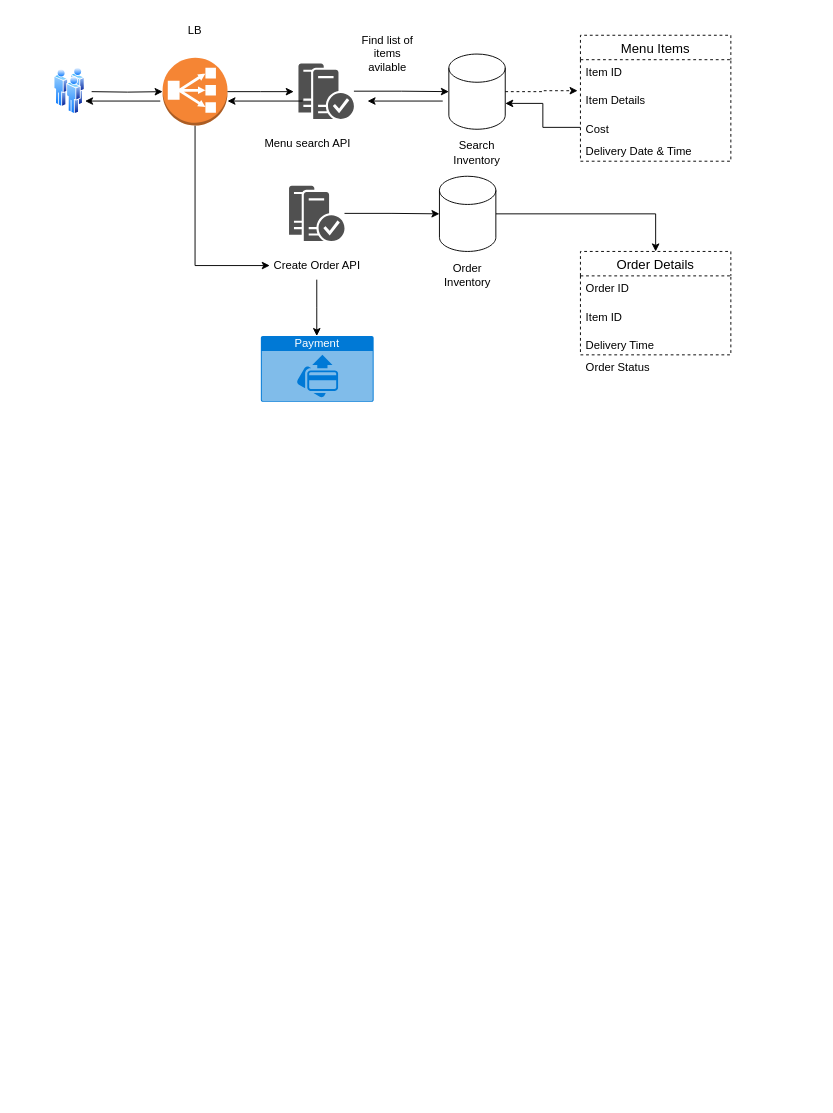
chkamal2006/FlowChart keeps this draw.io diagram as CustomerFlow.drawio. Above is the earlier version. Source tidied: cells renumbered, new cells numbered last; positions are measured from the earlier drawing's top-left corner, leaving out a move shared by most shapes. Both pictures are drawn from the tidied source at 94%, with x=0, y=0 at pixel (54, 16).
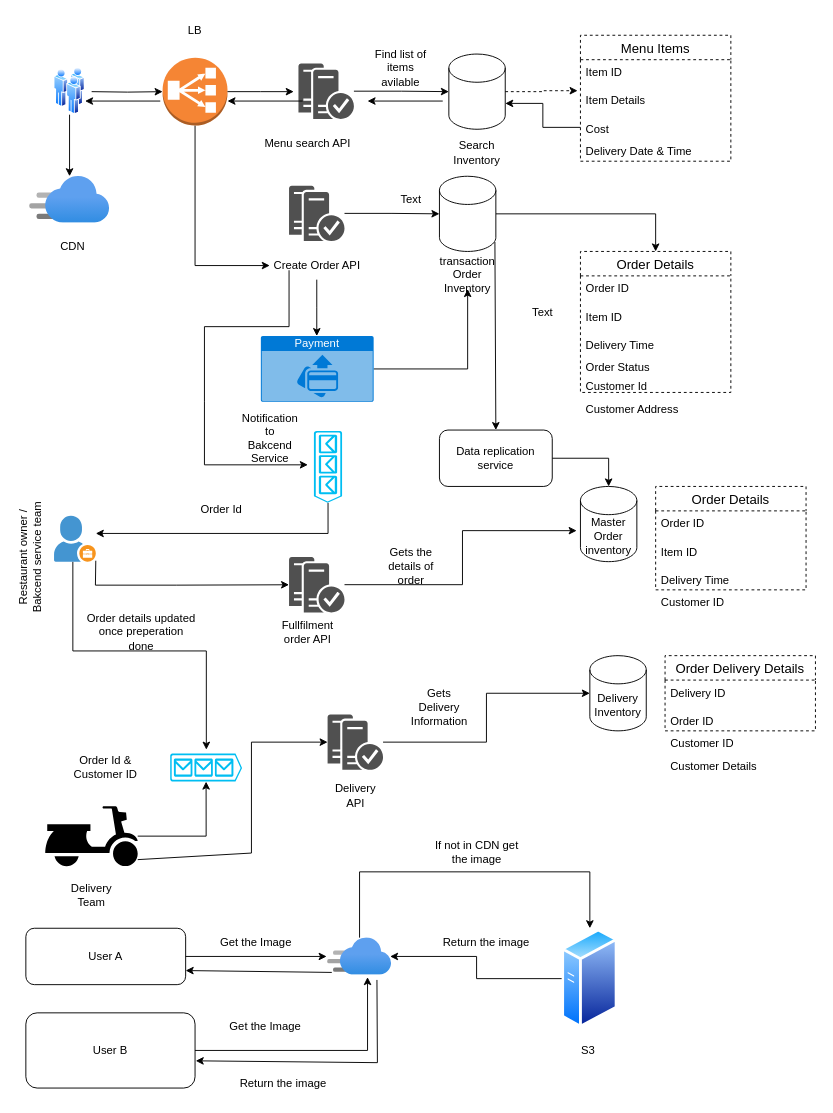
Above is the later version.

Unchanged cells that the change refers to:
```xml
<mxCell id="9" style="image;perimeter=ellipsePerimeter;html=1;align=center;shadow=0;dashed=0;spacingTop=3;image=img/lib/active_directory/users.svg;" parent="1" vertex="1">
  <mxGeometry y="54.5" width="33" height="50" as="geometry" />
</mxCell>
<mxCell id="34" value="Payment" style="html=1;whiteSpace=wrap;strokeColor=none;fillColor=#0079D6;labelPosition=center;verticalLabelPosition=middle;verticalAlign=top;align=center;fontSize=12;outlineConnect=0;spacingTop=-6;fontColor=#FFFFFF;sketch=0;shape=mxgraph.sitemap.payment;" parent="1" vertex="1">
  <mxGeometry x="220" y="340" width="120" height="70" as="geometry" />
</mxCell>
```

Diff of the diagram source:
```diff
@@
+    <mxCell id="37" style="edgeStyle=orthogonalEdgeStyle;rounded=0;jettySize=auto;html=1;startArrow=none;startFill=0;" parent="1" edge="1" source="9" target="81">
+      <mxGeometry relative="1" as="geometry" />
+    </mxCell>
@@
     <mxCell id="19" value="Find list of items avilable" style="text;html=1;strokeColor=none;fillColor=none;align=center;verticalAlign=middle;whiteSpace=wrap;rounded=0;" parent="1" vertex="1">
-      <mxGeometry x="320" y="24.5" width="70" height="30" as="geometry" />
+      <mxGeometry x="333.5" y="40" width="70" height="30" as="geometry" />
     </mxCell>
@@
-    <mxCell id="29" value="Order Inventory" style="text;html=1;strokeColor=none;fillColor=none;align=center;verticalAlign=middle;whiteSpace=wrap;rounded=0;" parent="1" vertex="1">
+    <mxCell id="29" value="transaction Order Inventory" style="text;html=1;strokeColor=none;fillColor=none;align=center;verticalAlign=middle;whiteSpace=wrap;rounded=0;" parent="1" vertex="1">
       <mxGeometry x="410" y="260" width="60" height="30" as="geometry" />
     </mxCell>
     <mxCell id="30" value="Order Details" style="swimlane;fontStyle=0;horizontal=1;startSize=26;align=center;fontSize=14;dashed=1;" parent="1" vertex="1">
-      <mxGeometry x="560" y="250" width="160" height="110" as="geometry" />
+      <mxGeometry x="560" y="250" width="160" height="150" as="geometry" />
     </mxCell>
@@
     <mxCell id="33" value="Delivery Time" style="text;strokeColor=none;fillColor=none;spacingLeft=4;spacingRight=4;overflow=hidden;fontSize=12;whiteSpace=wrap;html=1;" parent="30" vertex="1">
-      <mxGeometry y="86" width="160" height="24" as="geometry" />
+      <mxGeometry y="86" width="160" height="64" as="geometry" />
     </mxCell>
+    <mxCell id="38" style="edgeStyle=orthogonalEdgeStyle;rounded=0;jettySize=auto;html=1;entryX=0.5;entryY=1;entryDx=0;entryDy=0;" parent="1" edge="1" source="34" target="29">
+      <mxGeometry relative="1" as="geometry" />
+    </mxCell>
@@
+    <mxCell id="39" value="Master Order inventory" style="shape=cylinder3;whiteSpace=wrap;html=1;boundedLbl=1;backgroundOutline=1;size=15;" parent="1" vertex="1">
+      <mxGeometry x="560" y="500" width="60" height="80" as="geometry" />
+    </mxCell>
+    <mxCell id="40" value="Text" style="text;html=1;strokeColor=none;fillColor=none;align=center;verticalAlign=middle;whiteSpace=wrap;rounded=0;" parent="1" vertex="1">
+      <mxGeometry x="490" y="300" width="60" height="30" as="geometry" />
+    </mxCell>
+    <mxCell id="41" value="Data replication service" style="rounded=1;whiteSpace=wrap;html=1;" parent="1" vertex="1">
+      <mxGeometry x="410" y="440" width="120" height="60" as="geometry" />
+    </mxCell>
+    <mxCell id="42" style="endArrow=classic;html=1;rounded=0;entryX=0.5;entryY=0;entryDx=0;entryDy=0;" parent="1" edge="1" target="41">
+      <mxGeometry relative="1" as="geometry">
+        <mxPoint x="469" y="240" as="sourcePoint" />
+      </mxGeometry>
+    </mxCell>
+    <mxCell id="43" style="edgeStyle=orthogonalEdgeStyle;rounded=0;jettySize=auto;html=1;entryX=0.5;entryY=0;entryDx=0;entryDy=0;entryPerimeter=0;" parent="1" edge="1" source="41" target="39">
+      <mxGeometry relative="1" as="geometry" />
+    </mxCell>
+    <mxCell id="44" value="Order Details" style="swimlane;fontStyle=0;horizontal=1;startSize=26;align=center;fontSize=14;dashed=1;" parent="1" vertex="1">
+      <mxGeometry x="640" y="500" width="160" height="110" as="geometry" />
+    </mxCell>
+    <mxCell id="45" value="Order ID" style="text;strokeColor=none;fillColor=none;spacingLeft=4;spacingRight=4;overflow=hidden;fontSize=12;whiteSpace=wrap;html=1;" parent="44" vertex="1">
+      <mxGeometry y="26" width="160" height="30" as="geometry" />
+    </mxCell>
+    <mxCell id="46" value="Item ID" style="text;strokeColor=none;fillColor=none;spacingLeft=4;spacingRight=4;overflow=hidden;fontSize=12;whiteSpace=wrap;html=1;" parent="44" vertex="1">
+      <mxGeometry y="56" width="160" height="30" as="geometry" />
+    </mxCell>
+    <mxCell id="47" value="Delivery Time" style="text;strokeColor=none;fillColor=none;spacingLeft=4;spacingRight=4;overflow=hidden;fontSize=12;whiteSpace=wrap;html=1;" parent="44" vertex="1">
+      <mxGeometry y="86" width="160" height="24" as="geometry" />
+    </mxCell>
+    <mxCell id="48" value="Customer Id" style="text;strokeColor=none;fillColor=none;spacingLeft=4;spacingRight=4;overflow=hidden;fontSize=12;whiteSpace=wrap;html=1;" parent="1" vertex="1">
+      <mxGeometry x="560" y="380" width="160" height="24" as="geometry" />
+    </mxCell>
+    <mxCell id="49" value="Customer Address" style="text;strokeColor=none;fillColor=none;spacingLeft=4;spacingRight=4;overflow=hidden;fontSize=12;whiteSpace=wrap;html=1;" parent="1" vertex="1">
+      <mxGeometry x="560" y="404" width="160" height="24" as="geometry" />
+    </mxCell>
+    <mxCell id="50" value="Customer ID" style="text;strokeColor=none;fillColor=none;spacingLeft=4;spacingRight=4;overflow=hidden;fontSize=12;whiteSpace=wrap;html=1;" parent="1" vertex="1">
+      <mxGeometry x="640" y="610" width="160" height="24" as="geometry" />
+    </mxCell>
+    <mxCell id="51" style="edgeStyle=orthogonalEdgeStyle;rounded=0;jettySize=auto;html=1;" parent="1" edge="1" source="52">
+      <mxGeometry relative="1" as="geometry">
+        <mxPoint x="162" y="780" as="targetPoint" />
+        <Array as="points">
+          <mxPoint x="20" y="675" />
+        </Array>
+      </mxGeometry>
+    </mxCell>
+    <mxCell id="52" style="shadow=0;dashed=0;html=1;strokeColor=none;fillColor=#4495D1;labelPosition=center;verticalLabelPosition=bottom;verticalAlign=top;align=center;outlineConnect=0;shape=mxgraph.veeam.company_owner;" parent="1" vertex="1">
+      <mxGeometry y="531.2" width="44.4" height="48.8" as="geometry" />
+    </mxCell>
+    <mxCell id="53" style="edgeStyle=orthogonalEdgeStyle;rounded=0;jettySize=auto;html=1;" parent="1" edge="1" source="54" target="52">
+      <mxGeometry relative="1" as="geometry">
+        <Array as="points">
+          <mxPoint x="292" y="550" />
+        </Array>
+      </mxGeometry>
+    </mxCell>
+    <mxCell id="54" style="verticalLabelPosition=bottom;html=1;verticalAlign=top;align=center;strokeColor=none;fillColor=#00BEF2;shape=mxgraph.azure.queue_generic;rotation=90;" parent="1" vertex="1">
+      <mxGeometry x="253.2" y="464.2" width="76.5" height="30" as="geometry" />
+    </mxCell>
+    <mxCell id="55" style="endArrow=classic;html=1;rounded=0;" parent="1" edge="1">
+      <mxGeometry relative="1" as="geometry">
+        <mxPoint x="250" y="270" as="sourcePoint" />
+        <mxPoint x="270" y="477" as="targetPoint" />
+        <Array as="points">
+          <mxPoint x="250" y="330" />
+          <mxPoint x="160" y="330" />
+          <mxPoint x="160" y="410" />
+          <mxPoint x="160" y="477" />
+        </Array>
+      </mxGeometry>
+    </mxCell>
+    <mxCell id="56" value="Notification to Bakcend Service" style="text;html=1;strokeColor=none;fillColor=none;align=center;verticalAlign=middle;whiteSpace=wrap;rounded=0;" parent="1" vertex="1">
+      <mxGeometry x="200" y="434.2" width="60" height="30" as="geometry" />
+    </mxCell>
+    <mxCell id="57" value="Order Id&amp;nbsp;" style="text;html=1;strokeColor=none;fillColor=none;align=center;verticalAlign=middle;whiteSpace=wrap;rounded=0;" parent="1" vertex="1">
+      <mxGeometry x="150" y="510" width="60" height="30" as="geometry" />
+    </mxCell>
+    <mxCell id="58" value="Gets the details of order" style="text;html=1;strokeColor=none;fillColor=none;align=center;verticalAlign=middle;whiteSpace=wrap;rounded=0;" parent="1" vertex="1">
+      <mxGeometry x="350" y="570" width="60" height="30" as="geometry" />
+    </mxCell>
+    <mxCell id="59" style="shape=mxgraph.signs.transportation.scooter;html=1;fillColor=#000000;strokeColor=none;verticalLabelPosition=bottom;verticalAlign=top;align=center;" parent="1" vertex="1">
+      <mxGeometry x="-10" y="840" width="99" height="64" as="geometry" />
+    </mxCell>
+    <mxCell id="60" value="Delivery Inventory" style="shape=cylinder3;whiteSpace=wrap;html=1;boundedLbl=1;backgroundOutline=1;size=15;" parent="1" vertex="1">
+      <mxGeometry x="570" y="680" width="60" height="80" as="geometry" />
+    </mxCell>
+    <mxCell id="61" style="verticalLabelPosition=bottom;html=1;verticalAlign=top;align=center;strokeColor=none;fillColor=#00BEF2;shape=mxgraph.azure.queue_generic;rotation=0;" parent="1" vertex="1">
+      <mxGeometry x="123.5" y="784" width="76.5" height="30" as="geometry" />
+    </mxCell>
+    <mxCell id="62" value="Order details updated once preperation done" style="text;html=1;strokeColor=none;fillColor=none;align=center;verticalAlign=middle;whiteSpace=wrap;rounded=0;" parent="1" vertex="1">
+      <mxGeometry x="33" y="640" width="120" height="30" as="geometry" />
+    </mxCell>
+    <mxCell id="63" style="edgeStyle=orthogonalEdgeStyle;rounded=0;jettySize=auto;html=1;entryX=0.5;entryY=1;entryDx=0;entryDy=0;entryPerimeter=0;" parent="1" edge="1" source="59" target="61">
+      <mxGeometry relative="1" as="geometry" />
+    </mxCell>
+    <mxCell id="64" value="Order Id &amp;amp; Customer ID" style="text;html=1;strokeColor=none;fillColor=none;align=center;verticalAlign=middle;whiteSpace=wrap;rounded=0;" parent="1" vertex="1">
+      <mxGeometry y="784" width="110" height="30" as="geometry" />
+    </mxCell>
+    <mxCell id="65" value="Order Delivery Details" style="swimlane;fontStyle=0;horizontal=1;startSize=26;align=center;fontSize=14;dashed=1;" parent="1" vertex="1">
+      <mxGeometry x="650" y="680" width="160" height="80" as="geometry" />
+    </mxCell>
+    <mxCell id="66" value="Delivery ID" style="text;strokeColor=none;fillColor=none;spacingLeft=4;spacingRight=4;overflow=hidden;fontSize=12;whiteSpace=wrap;html=1;" parent="65" vertex="1">
+      <mxGeometry y="26" width="160" height="30" as="geometry" />
+    </mxCell>
+    <mxCell id="67" value="Order ID" style="text;strokeColor=none;fillColor=none;spacingLeft=4;spacingRight=4;overflow=hidden;fontSize=12;whiteSpace=wrap;html=1;" parent="65" vertex="1">
+      <mxGeometry y="56" width="160" height="24" as="geometry" />
+    </mxCell>
+    <mxCell id="68" value="Customer ID" style="text;strokeColor=none;fillColor=none;spacingLeft=4;spacingRight=4;overflow=hidden;fontSize=12;whiteSpace=wrap;html=1;" parent="1" vertex="1">
+      <mxGeometry x="650" y="760" width="160" height="24" as="geometry" />
+    </mxCell>
+    <mxCell id="69" value="Customer Details" style="text;strokeColor=none;fillColor=none;spacingLeft=4;spacingRight=4;overflow=hidden;fontSize=12;whiteSpace=wrap;html=1;" parent="1" vertex="1">
+      <mxGeometry x="650" y="784" width="160" height="24" as="geometry" />
+    </mxCell>
+    <mxCell id="70" style="sketch=0;shadow=0;dashed=0;html=1;strokeColor=none;fillColor=#505050;labelPosition=center;verticalLabelPosition=bottom;verticalAlign=top;outlineConnect=0;align=center;shape=mxgraph.office.servers.trusted_application_pool;" parent="1" vertex="1">
+      <mxGeometry x="250" y="575" width="59" height="59" as="geometry" />
+    </mxCell>
+    <mxCell id="71" value="Fullfilment order API" style="text;html=1;strokeColor=none;fillColor=none;align=center;verticalAlign=middle;whiteSpace=wrap;rounded=0;" parent="1" vertex="1">
+      <mxGeometry x="240" y="640" width="60" height="30" as="geometry" />
+    </mxCell>
+    <mxCell id="72" style="endArrow=classic;html=1;rounded=0;" parent="1" edge="1" target="70">
+      <mxGeometry relative="1" as="geometry">
+        <mxPoint x="44.4" y="579" as="sourcePoint" />
+        <Array as="points">
+          <mxPoint x="44" y="605" />
+          <mxPoint x="130" y="605" />
+        </Array>
+      </mxGeometry>
+    </mxCell>
+    <mxCell id="73" style="edgeStyle=orthogonalEdgeStyle;rounded=0;jettySize=auto;html=1;entryX=-0.067;entryY=0.588;entryDx=0;entryDy=0;entryPerimeter=0;" parent="1" edge="1" source="70" target="39">
+      <mxGeometry relative="1" as="geometry" />
+    </mxCell>
+    <mxCell id="74" value="Restaurant owner / Bakcend service team" style="text;html=1;strokeColor=none;fillColor=none;align=center;verticalAlign=middle;whiteSpace=wrap;rounded=0;rotation=-90;" parent="1" vertex="1">
+      <mxGeometry x="-95.6" y="560" width="140" height="30" as="geometry" />
+    </mxCell>
+    <mxCell id="75" value="Delivery Team" style="text;html=1;strokeColor=none;fillColor=none;align=center;verticalAlign=middle;whiteSpace=wrap;rounded=0;" parent="1" vertex="1">
+      <mxGeometry x="9.5" y="920" width="60" height="30" as="geometry" />
+    </mxCell>
+    <mxCell id="76" style="sketch=0;shadow=0;dashed=0;html=1;strokeColor=none;fillColor=#505050;labelPosition=center;verticalLabelPosition=bottom;verticalAlign=top;outlineConnect=0;align=center;shape=mxgraph.office.servers.trusted_application_pool;" parent="1" vertex="1">
+      <mxGeometry x="291" y="742.5" width="59" height="59" as="geometry" />
+    </mxCell>
+    <mxCell id="77" value="Delivery API" style="text;html=1;strokeColor=none;fillColor=none;align=center;verticalAlign=middle;whiteSpace=wrap;rounded=0;" parent="1" vertex="1">
+      <mxGeometry x="291" y="814" width="60" height="30" as="geometry" />
+    </mxCell>
+    <mxCell id="78" style="endArrow=classic;html=1;rounded=0;" parent="1" edge="1" target="76">
+      <mxGeometry relative="1" as="geometry">
+        <mxPoint x="89" y="897" as="sourcePoint" />
+        <Array as="points">
+          <mxPoint x="210" y="890" />
+          <mxPoint x="210" y="772" />
+        </Array>
+      </mxGeometry>
+    </mxCell>
+    <mxCell id="79" style="edgeStyle=orthogonalEdgeStyle;rounded=0;jettySize=auto;html=1;entryX=0;entryY=0.5;entryDx=0;entryDy=0;entryPerimeter=0;" parent="1" edge="1" source="76" target="60">
+      <mxGeometry relative="1" as="geometry" />
+    </mxCell>
+    <mxCell id="80" value="Gets Delivery Information" style="text;html=1;strokeColor=none;fillColor=none;align=center;verticalAlign=middle;whiteSpace=wrap;rounded=0;" parent="1" vertex="1">
+      <mxGeometry x="380" y="720" width="60" height="30" as="geometry" />
+    </mxCell>
+    <mxCell id="81" style="image;html=1;points=[];align=center;fontSize=12;image=img/lib/azure2/app_services/CDN_Profiles.svg;" parent="1" vertex="1">
+      <mxGeometry x="-26" y="170" width="85" height="50" as="geometry" />
+    </mxCell>
+    <mxCell id="82" value="Text" style="text;html=1;strokeColor=none;fillColor=none;align=center;verticalAlign=middle;whiteSpace=wrap;rounded=0;" parent="1" vertex="1">
+      <mxGeometry x="350" y="180" width="60" height="30" as="geometry" />
+    </mxCell>
+    <mxCell id="83" value="CDN" style="text;html=1;strokeColor=none;fillColor=none;align=center;verticalAlign=middle;whiteSpace=wrap;rounded=0;" parent="1" vertex="1">
+      <mxGeometry x="-10" y="230" width="60" height="30" as="geometry" />
+    </mxCell>
+    <mxCell id="84" style="edgeStyle=orthogonalEdgeStyle;rounded=0;jettySize=auto;html=1;entryX=0.5;entryY=0;entryDx=0;entryDy=0;" parent="1" edge="1" source="85" target="90">
+      <mxGeometry relative="1" as="geometry">
+        <Array as="points">
+          <mxPoint x="325" y="910" />
+          <mxPoint x="570" y="910" />
+        </Array>
+      </mxGeometry>
+    </mxCell>
+    <mxCell id="85" style="image;html=1;points=[];align=center;fontSize=12;image=img/lib/azure2/networking/CDN_Profiles.svg;" parent="1" vertex="1">
+      <mxGeometry x="291" y="980" width="68" height="40" as="geometry" />
+    </mxCell>
+    <mxCell id="86" value="User A" style="rounded=1;whiteSpace=wrap;html=1;" parent="1" vertex="1">
+      <mxGeometry x="-30" y="970" width="170" height="60" as="geometry" />
+    </mxCell>
+    <mxCell id="87" value="User B" style="rounded=1;whiteSpace=wrap;html=1;" parent="1" vertex="1">
+      <mxGeometry x="-30" y="1060" width="180" height="80" as="geometry" />
+    </mxCell>
+    <mxCell id="88" style="edgeStyle=orthogonalEdgeStyle;rounded=0;jettySize=auto;html=1;entryX=-0.015;entryY=0.5;entryDx=0;entryDy=0;entryPerimeter=0;" parent="1" edge="1" source="86" target="85">
+      <mxGeometry relative="1" as="geometry" />
+    </mxCell>
+    <mxCell id="89" style="edgeStyle=orthogonalEdgeStyle;rounded=0;jettySize=auto;html=1;entryX=0.625;entryY=1.05;entryDx=0;entryDy=0;entryPerimeter=0;" parent="1" edge="1" source="87" target="85">
+      <mxGeometry relative="1" as="geometry" />
+    </mxCell>
+    <mxCell id="90" style="image;perimeter=ellipsePerimeter;html=1;align=center;shadow=0;dashed=0;spacingTop=3;image=img/lib/active_directory/generic_server.svg;" parent="1" vertex="1">
+      <mxGeometry x="540" y="970" width="60" height="107.1" as="geometry" />
+    </mxCell>
+    <mxCell id="91" value="Get the Image" style="text;html=1;strokeColor=none;fillColor=none;align=center;verticalAlign=middle;whiteSpace=wrap;rounded=0;" parent="1" vertex="1">
+      <mxGeometry x="170" y="970" width="90" height="30" as="geometry" />
+    </mxCell>
+    <mxCell id="92" value="If not in CDN get the image" style="text;html=1;strokeColor=none;fillColor=none;align=center;verticalAlign=middle;whiteSpace=wrap;rounded=0;" parent="1" vertex="1">
+      <mxGeometry x="400" y="874" width="100" height="30" as="geometry" />
+    </mxCell>
+    <mxCell id="93" style="edgeStyle=orthogonalEdgeStyle;rounded=0;jettySize=auto;html=1;entryX=0.978;entryY=0.5;entryDx=0;entryDy=0;entryPerimeter=0;" parent="1" edge="1" source="90" target="85">
+      <mxGeometry relative="1" as="geometry" />
+    </mxCell>
+    <mxCell id="94" value="Return the image" style="text;html=1;strokeColor=none;fillColor=none;align=center;verticalAlign=middle;whiteSpace=wrap;rounded=0;" parent="1" vertex="1">
+      <mxGeometry x="410" y="970" width="100" height="30" as="geometry" />
+    </mxCell>
+    <mxCell id="95" style="endArrow=classic;html=1;rounded=0;entryX=1;entryY=0.75;entryDx=0;entryDy=0;exitX=0.066;exitY=0.925;exitDx=0;exitDy=0;exitPerimeter=0;" parent="1" edge="1" source="85" target="86">
+      <mxGeometry relative="1" as="geometry" />
+    </mxCell>
+    <mxCell id="96" value="Return the image" style="text;html=1;strokeColor=none;fillColor=none;align=center;verticalAlign=middle;whiteSpace=wrap;rounded=0;" parent="1" vertex="1">
+      <mxGeometry x="195.5" y="1120" width="95.5" height="30" as="geometry" />
+    </mxCell>
+    <mxCell id="97" value="Get the Image" style="text;html=1;strokeColor=none;fillColor=none;align=center;verticalAlign=middle;whiteSpace=wrap;rounded=0;" parent="1" vertex="1">
+      <mxGeometry x="180" y="1060" width="90" height="30" as="geometry" />
+    </mxCell>
+    <mxCell id="98" style="endArrow=classic;html=1;rounded=0;entryX=1.004;entryY=0.638;entryDx=0;entryDy=0;entryPerimeter=0;" parent="1" edge="1" target="87">
+      <mxGeometry relative="1" as="geometry">
+        <mxPoint x="343.5" y="1025" as="sourcePoint" />
+        <Array as="points">
+          <mxPoint x="344" y="1113" />
+        </Array>
+      </mxGeometry>
+    </mxCell>
+    <mxCell id="99" value="S3&amp;nbsp;" style="text;html=1;strokeColor=none;fillColor=none;align=center;verticalAlign=middle;whiteSpace=wrap;rounded=0;" parent="1" vertex="1">
+      <mxGeometry x="540" y="1085" width="60" height="30" as="geometry" />
+    </mxCell>
```
